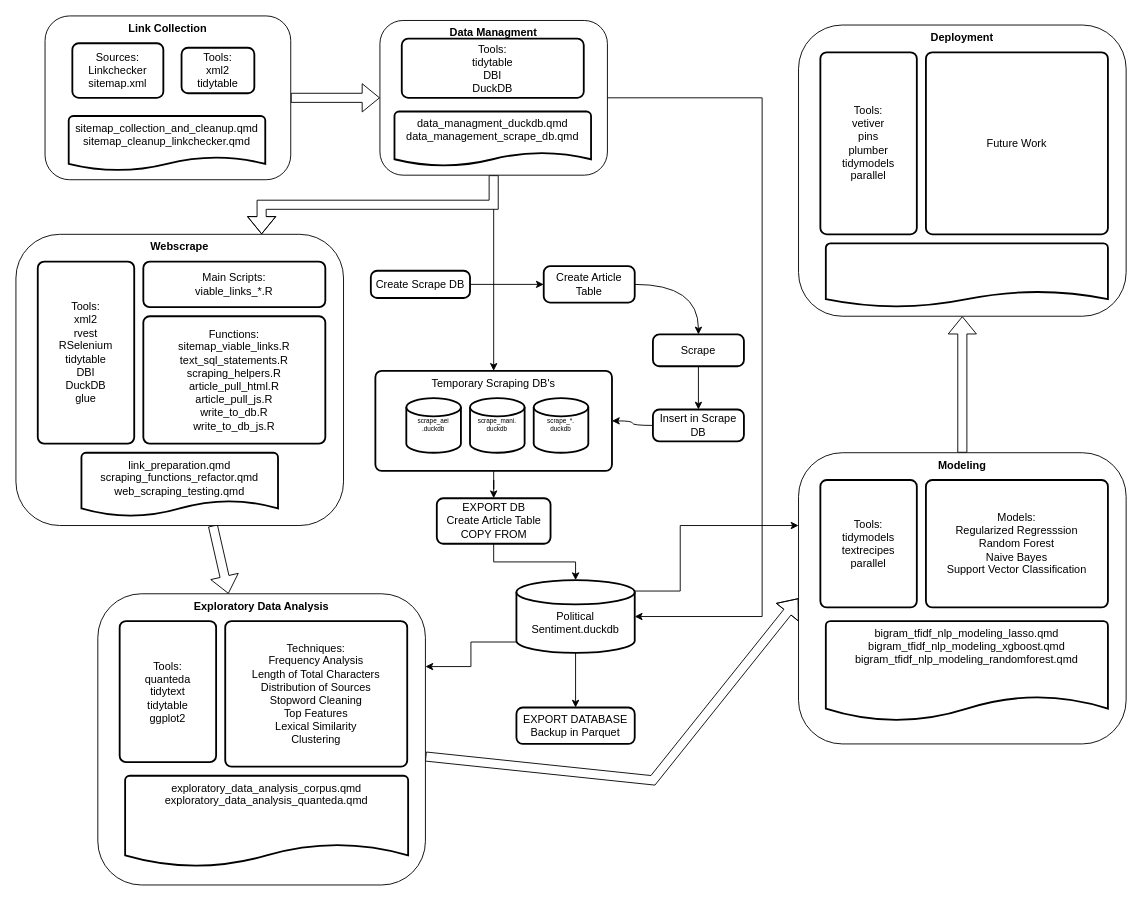
keenan-smith-data/political-sentiment keeps this draw.io diagram as content/project/Flow Chart.drawio. Above is the earlier version. Source tidied: cells renumbered, new cells numbered last; positions are measured from the earlier drawing's top-left corner, leaving out a move shared by most shapes. Both pictures are drawn from the tidied source at 91%, with x=0, y=0 at pixel (15, 15).
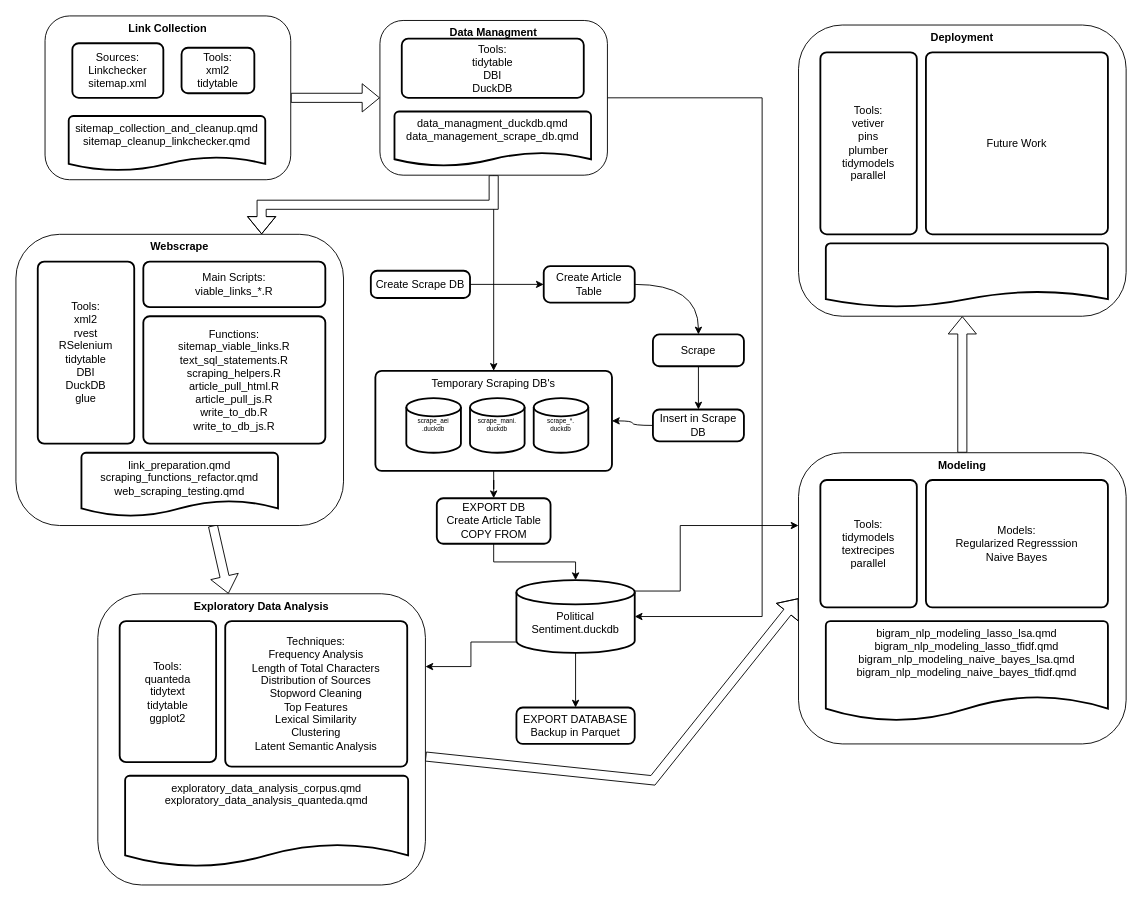
The same diagram, later.

What changed in the source:
```diff
@@
-    <mxCell id="43" value="Techniques:&lt;br&gt;Frequency Analysis&lt;br&gt;Length of Total Characters&lt;br&gt;Distribution of Sources&lt;br&gt;Stopword Cleaning&lt;br&gt;Top Features&lt;br&gt;Lexical Similarity&lt;br&gt;Clustering" style="rounded=1;whiteSpace=wrap;html=1;absoluteArcSize=1;arcSize=14;strokeWidth=2;" parent="1" vertex="1">
+    <mxCell id="43" value="Techniques:&lt;br&gt;Frequency Analysis&lt;br&gt;Length of Total Characters&lt;br&gt;Distribution of Sources&lt;br&gt;Stopword Cleaning&lt;br&gt;Top Features&lt;br&gt;Lexical Similarity&lt;br&gt;Clustering&lt;br&gt;Latent Semantic Analysis" style="rounded=1;whiteSpace=wrap;html=1;absoluteArcSize=1;arcSize=14;strokeWidth=2;" parent="1" vertex="1">
       <mxGeometry x="230" y="665" width="200" height="160" as="geometry" />
     </mxCell>
@@
-    <mxCell id="46" value="bigram_tfidf_nlp_modeling_lasso.qmd&lt;br&gt;bigram_tfidf_nlp_modeling_xgboost.qmd&lt;br&gt;bigram_tfidf_nlp_modeling_randomforest.qmd" style="strokeWidth=2;html=1;shape=mxgraph.flowchart.document2;whiteSpace=wrap;size=0.25;verticalAlign=top;" parent="1" vertex="1">
+    <mxCell id="46" value="bigram_nlp_modeling_lasso_lsa.qmd&lt;br&gt;bigram_nlp_modeling_lasso_tfidf.qmd&lt;br&gt;bigram_nlp_modeling_naive_bayes_lsa.qmd&lt;br&gt;bigram_nlp_modeling_naive_bayes_tfidf.qmd" style="strokeWidth=2;html=1;shape=mxgraph.flowchart.document2;whiteSpace=wrap;size=0.25;verticalAlign=top;" parent="1" vertex="1">
       <mxGeometry x="890" y="665" width="310" height="110" as="geometry" />
     </mxCell>
@@
-    <mxCell id="48" value="Models:&lt;br&gt;Regularized Regresssion&lt;br&gt;Random Forest&lt;br&gt;Naive Bayes&lt;br&gt;Support Vector Classification" style="rounded=1;whiteSpace=wrap;html=1;absoluteArcSize=1;arcSize=14;strokeWidth=2;" parent="1" vertex="1">
+    <mxCell id="48" value="Models:&lt;br&gt;Regularized Regresssion&lt;br&gt;Naive Bayes" style="rounded=1;whiteSpace=wrap;html=1;absoluteArcSize=1;arcSize=14;strokeWidth=2;" parent="1" vertex="1">
       <mxGeometry x="1000" y="510" width="200" height="140" as="geometry" />
     </mxCell>
```
